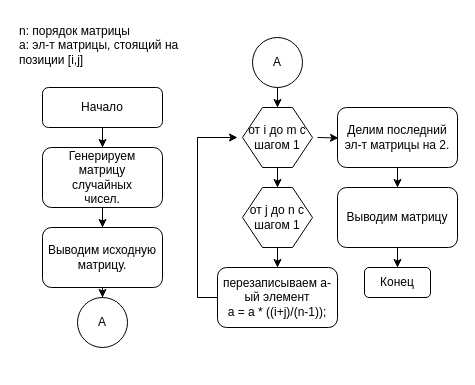
Earlier version of the draw.io diagram lab_3/task_2.drawio (async-master/nsm-avtf). Source tidied: cells renumbered, new cells numbered last; positions are measured from the earlier drawing's top-left corner, leaving out a move shared by most shapes. Both pictures are drawn from the tidied source at 100%, with x=0, y=0 at pixel (17, 17).
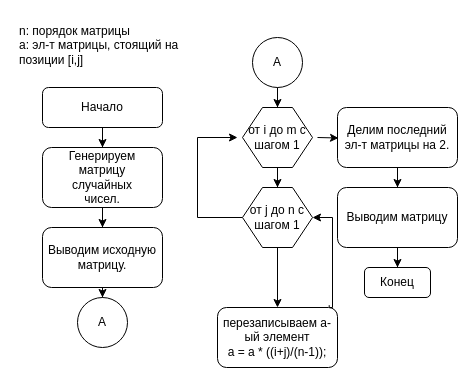
The same diagram, later.

The change refers to these unchanged cells:
```xml
<mxCell id="24" value="от j до n с шагом 1" style="shape=hexagon;perimeter=hexagonPerimeter2;whiteSpace=wrap;html=1;fixedSize=1;" parent="1" vertex="1">
  <mxGeometry x="225" y="170" width="70" height="60" as="geometry" />
</mxCell>
```

The edit, as a diff of the source:
```diff
@@
+    <mxCell id="25" style="edgeStyle=orthogonalEdgeStyle;rounded=0;jettySize=auto;html=1;entryX=1;entryY=0.5;entryDx=0;entryDy=0;exitX=0.931;exitY=-0.039;exitDx=0;exitDy=0;exitPerimeter=0;" parent="1" edge="1" source="11" target="24">
+      <mxGeometry relative="1" as="geometry">
+        <Array as="points">
+          <mxPoint x="312" y="290" />
+          <mxPoint x="315" y="290" />
+          <mxPoint x="315" y="200" />
+        </Array>
+      </mxGeometry>
+    </mxCell>
     <mxCell id="11" value="&lt;div&gt;перезаписываем a-ый элемент&lt;/div&gt;&lt;div&gt;a = a * ((i+j)/(n-1));&lt;/div&gt;" style="whiteSpace=wrap;html=1;rounded=1;glass=0;strokeWidth=1;shadow=0;" parent="1" vertex="1">
-      <mxGeometry x="200" y="250" width="120" height="60" as="geometry" />
+      <mxGeometry x="200" y="290" width="120" height="60" as="geometry" />
     </mxCell>
-    <mxCell id="12" style="endArrow=classic;html=1;rounded=0;entryX=0;entryY=0.5;entryDx=0;entryDy=0;exitX=0;exitY=0.5;exitDx=0;exitDy=0;" parent="1" edge="1" source="11">
+    <mxCell id="12" style="endArrow=classic;html=1;rounded=0;entryX=0;entryY=0.5;entryDx=0;entryDy=0;exitX=0;exitY=0.5;exitDx=0;exitDy=0;" parent="1" edge="1" source="24">
       <mxGeometry relative="1" as="geometry">
         <mxPoint x="220" y="120" as="targetPoint" />
         <Array as="points">
-          <mxPoint x="180" y="280" />
+          <mxPoint x="180" y="200" />
           <mxPoint x="180" y="120" />
         </Array>
       </mxGeometry>
     </mxCell>
```
